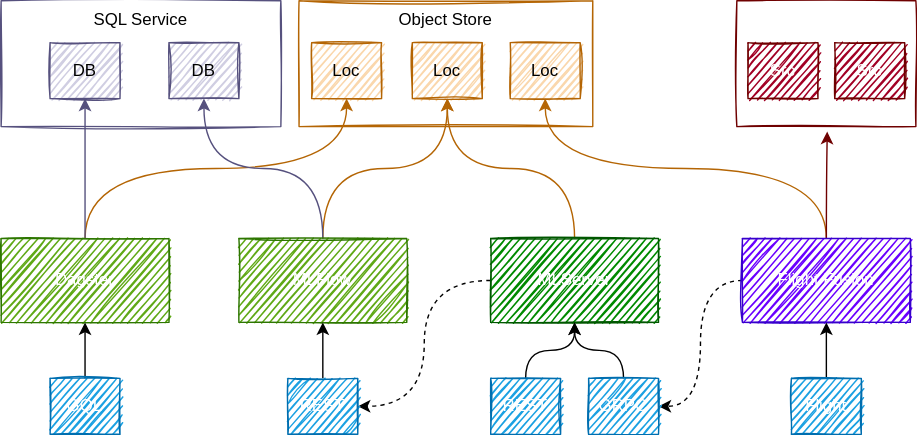
Before: docs/system.drawio.svg, a diagram exported from draw.io (roeap/flight-fusion). Source tidied: cells renumbered, new cells last; positions are measured from the earlier drawing's top-left corner, leaving out a move shared by most shapes.
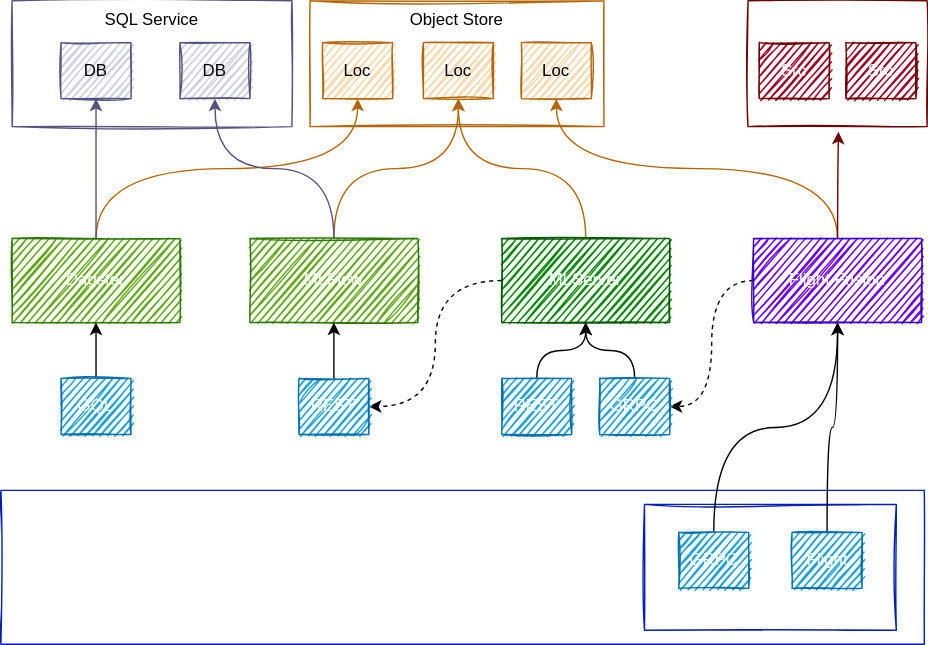
The same file after the commit.

Change to the diagram source:
```diff
@@ -2,6 +2,12 @@
   <root>
     <mxCell id="0" />
     <mxCell id="1" parent="0" />
+    <mxCell id="35" value="ML Fusion" style="rounded=0;whiteSpace=wrap;html=1;sketch=1;fillColor=none;strokeColor=#001DBC;verticalAlign=top;fontColor=#ffffff;" parent="1" vertex="1">
+      <mxGeometry x="-8" y="350" width="660" height="110" as="geometry" />
+    </mxCell>
+    <mxCell id="36" value="ML Fusion" style="rounded=0;whiteSpace=wrap;html=1;sketch=1;fillColor=none;strokeColor=#001DBC;verticalAlign=bottom;fontColor=#ffffff;" parent="1" vertex="1">
+      <mxGeometry x="452" y="360" width="180" height="90" as="geometry" />
+    </mxCell>
     <mxCell id="2" style="edgeStyle=orthogonalEdgeStyle;curved=1;html=1;exitX=0.5;exitY=0;exitDx=0;exitDy=0;entryX=0.5;entryY=1;entryDx=0;entryDy=0;fillColor=#fad7ac;strokeColor=#b46504;" parent="1" edge="1" source="5" target="18">
       <mxGeometry relative="1" as="geometry" />
     </mxCell>
@@ -81,7 +87,7 @@
       <mxGeometry relative="1" as="geometry" />
     </mxCell>
     <mxCell id="28" value="Flight" style="rounded=0;whiteSpace=wrap;html=1;sketch=1;fillColor=#1ba1e2;strokeColor=#006EAF;fontColor=#ffffff;" parent="1" vertex="1">
-      <mxGeometry x="565" y="270" width="50" height="40" as="geometry" />
+      <mxGeometry x="557.5" y="380" width="50" height="40" as="geometry" />
     </mxCell>
     <mxCell id="29" value="SQL Service" style="rounded=0;whiteSpace=wrap;html=1;sketch=1;fillColor=none;strokeColor=#56517e;verticalAlign=top;" parent="1" vertex="1">
       <mxGeometry width="200" height="90" as="geometry" />
@@ -101,5 +107,11 @@
     <mxCell id="34" value="Src" style="rounded=0;whiteSpace=wrap;html=1;sketch=1;fillColor=#a20025;strokeColor=#6F0000;fontColor=#ffffff;" parent="1" vertex="1">
       <mxGeometry x="596" y="30" width="50" height="40" as="geometry" />
     </mxCell>
+    <mxCell id="37" style="edgeStyle=orthogonalEdgeStyle;html=1;exitX=0.5;exitY=0;exitDx=0;exitDy=0;entryX=0.5;entryY=1;entryDx=0;entryDy=0;curved=1;" parent="1" edge="1" source="38" target="5">
+      <mxGeometry relative="1" as="geometry" />
+    </mxCell>
+    <mxCell id="38" value="GRPC" style="rounded=0;whiteSpace=wrap;html=1;sketch=1;fillColor=#1ba1e2;strokeColor=#006EAF;fontColor=#ffffff;" parent="1" vertex="1">
+      <mxGeometry x="476.5" y="380" width="50" height="40" as="geometry" />
+    </mxCell>
   </root>
 </mxGraphModel>
```
